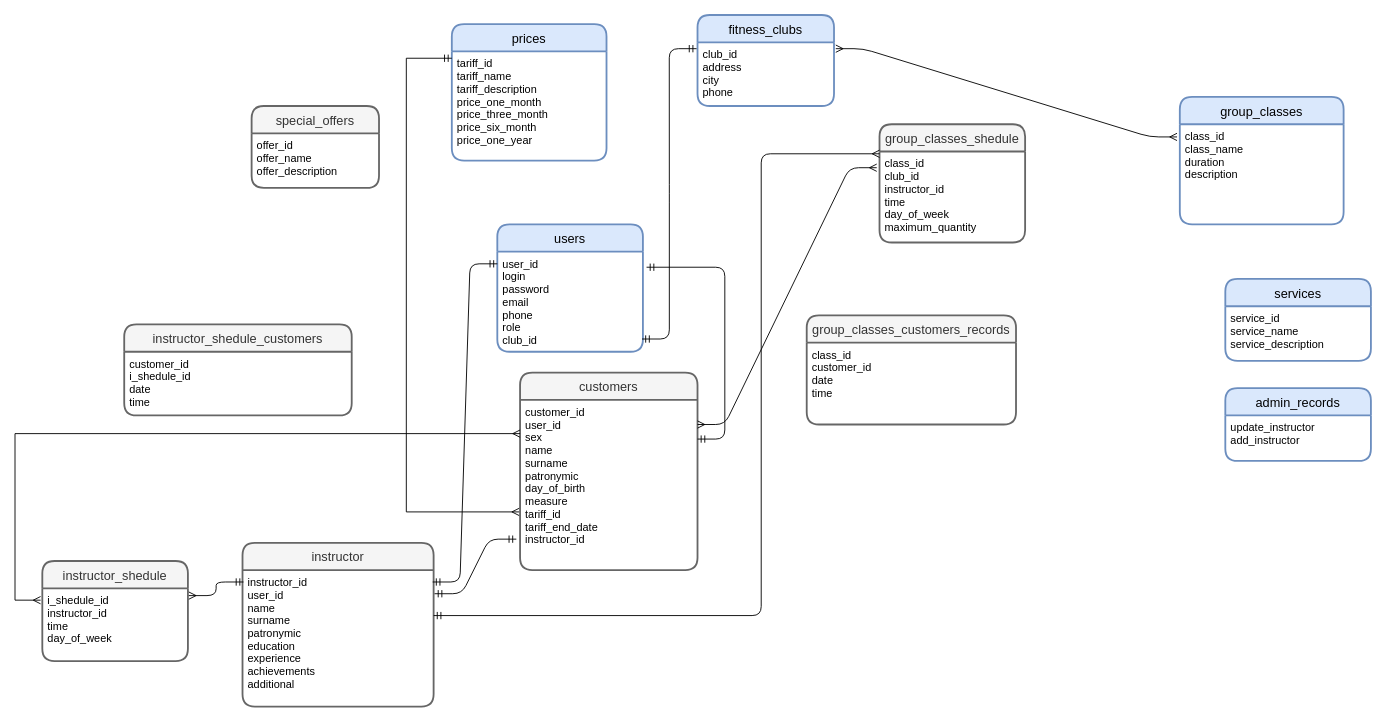
Above: course_project_new.drawio in LyubaxaPro/database_course_project (draw.io), before the change. Source tidied: cells renumbered, new cells numbered last; positions are measured from the earlier drawing's top-left corner, leaving out a move shared by most shapes. Both pictures are drawn from the tidied source at 91%, with x=0, y=0 at pixel (15, 15).
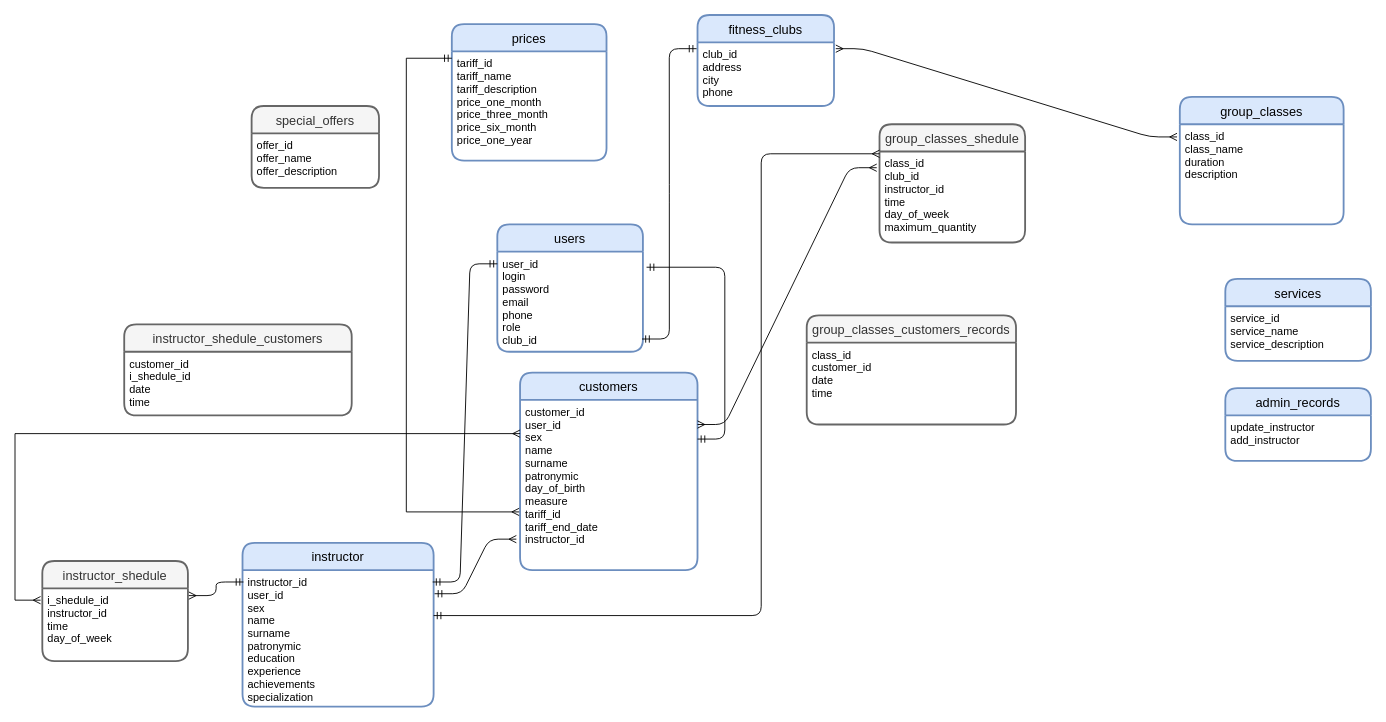
After the change.

Unchanged cells that the change refers to:
```xml
<mxCell id="3" value="customer_id&#10;user_id&#10;sex&#10;name&#10;surname&#10;patronymic&#10;day_of_birth&#10;measure&#10;tariff_id&#10;tariff_end_date&#10;instructor_id&#10;&#10;" style="align=left;strokeColor=none;fillColor=none;spacingLeft=4;fontSize=12;verticalAlign=top;" parent="2" vertex="1">
  <mxGeometry y="30" width="195" height="187" as="geometry" />
</mxCell>
```

What changed in the source:
```diff
@@
-    <mxCell id="2" value="customers" style="swimlane;horizontal=1;startSize=30;rounded=1;fontSize=14;fontStyle=0;strokeWidth=2;shadow=0;dashed=0;align=center;fillColor=#f5f5f5;strokeColor=#666666;fontColor=#333333;" parent="1" vertex="1">
+    <mxCell id="2" value="customers" style="swimlane;horizontal=1;startSize=30;rounded=1;fontSize=14;fontStyle=0;strokeWidth=2;shadow=0;dashed=0;align=center;fillColor=#dae8fc;strokeColor=#6c8ebf;" parent="1" vertex="1">
       <mxGeometry x="555" y="393" width="195" height="217" as="geometry" />
     </mxCell>
@@
-    <mxCell id="15" value="instructor" style="swimlane;horizontal=1;startSize=30;rounded=1;fontSize=14;fontStyle=0;strokeWidth=2;shadow=0;dashed=0;align=center;fillColor=#f5f5f5;strokeColor=#666666;fontColor=#333333;" parent="1" vertex="1">
+    <mxCell id="15" value="instructor" style="swimlane;horizontal=1;startSize=30;rounded=1;fontSize=14;fontStyle=0;strokeWidth=2;shadow=0;dashed=0;align=center;fillColor=#dae8fc;strokeColor=#6c8ebf;" parent="1" vertex="1">
       <mxGeometry x="250" y="580" width="210" height="180" as="geometry" />
     </mxCell>
-    <mxCell id="16" value="instructor_id&#10;user_id&#10;name&#10;surname&#10;patronymic&#10;education&#10;experience&#10;achievements&#10;additional" style="align=left;strokeColor=none;fillColor=none;spacingLeft=4;fontSize=12;verticalAlign=top;" parent="15" vertex="1">
+    <mxCell id="16" value="instructor_id&#10;user_id&#10;sex&#10;name&#10;surname&#10;patronymic&#10;education&#10;experience&#10;achievements&#10;specialization" style="align=left;strokeColor=none;fillColor=none;spacingLeft=4;fontSize=12;verticalAlign=top;" parent="15" vertex="1">
       <mxGeometry y="30" width="210" height="150" as="geometry" />
     </mxCell>
@@
-    <mxCell id="38" style="edgeStyle=entityRelationEdgeStyle;fontSize=12;html=1;endArrow=ERmandOne;startArrow=ERmandOne;entryX=-0.021;entryY=0.818;entryDx=0;entryDy=0;entryPerimeter=0;exitX=1.005;exitY=0.173;exitDx=0;exitDy=0;exitPerimeter=0;" parent="1" edge="1" source="16" target="3">
+    <mxCell id="38" style="edgeStyle=entityRelationEdgeStyle;fontSize=12;html=1;endArrow=ERmany;startArrow=ERmandOne;entryX=-0.021;entryY=0.818;entryDx=0;entryDy=0;entryPerimeter=0;exitX=1.005;exitY=0.173;exitDx=0;exitDy=0;exitPerimeter=0;endFill=0;" parent="1" edge="1" source="16" target="3">
       <mxGeometry relative="1" as="geometry" />
     </mxCell>
```
